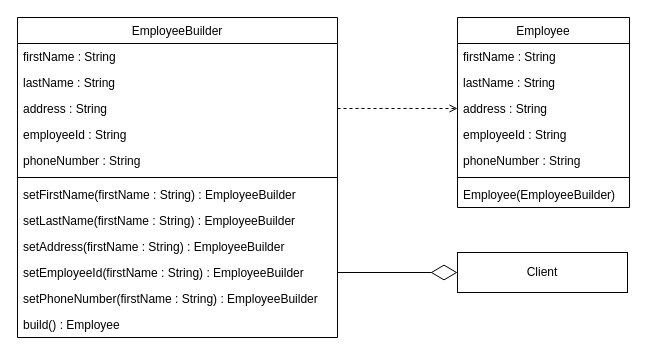
This is umls/Builder.drawio from rishabmamgai/LLD, a draw.io file, before an edit. Source tidied: cells renumbered, new cells numbered last; positions are measured from the earlier drawing's top-left corner, leaving out a move shared by most shapes. Both pictures are drawn from the tidied source at 100%, with x=0, y=0 at pixel (17, 17).
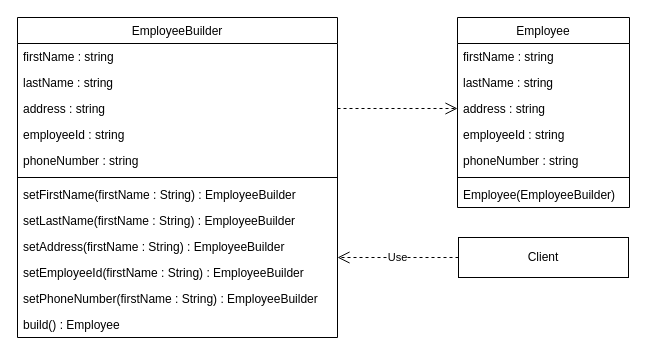
Above is the later version.

Unchanged cells that the change refers to:
```xml
<mxCell id="2" value="Employee" style="swimlane;fontStyle=0;align=center;verticalAlign=top;horizontal=1;startSize=26;rounded=0;shadow=0;strokeWidth=1;" parent="1" vertex="1">
  <mxGeometry x="440" width="172" height="190" as="geometry" />
</mxCell>
<mxCell id="10" value="EmployeeBuilder" style="swimlane;fontStyle=0;align=center;verticalAlign=top;horizontal=1;startSize=26;rounded=0;shadow=0;strokeWidth=1;" parent="1" vertex="1">
  <mxGeometry width="320" height="320" as="geometry" />
</mxCell>
<mxCell id="20" value="setEmployeeId(firstName : String) : EmployeeBuilder" style="text;align=left;verticalAlign=top;spacingLeft=4;spacingRight=4;overflow=hidden;points=[[0,0.5],[1,0.5]];portConstraint=eastwest;" parent="10" vertex="1">
  <mxGeometry y="242" width="320" height="26" as="geometry" />
</mxCell>
```

Change to the diagram source:
```diff
@@
-    <mxCell id="3" value="firstName : String" style="text;align=left;verticalAlign=top;spacingLeft=4;spacingRight=4;overflow=hidden;" parent="2" vertex="1">
+    <mxCell id="3" value="firstName : string" style="text;align=left;verticalAlign=top;spacingLeft=4;spacingRight=4;overflow=hidden;" parent="2" vertex="1">
       <mxGeometry y="26" width="172" height="26" as="geometry" />
     </mxCell>
-    <mxCell id="4" value="lastName : String" style="text;align=left;verticalAlign=top;spacingLeft=4;spacingRight=4;overflow=hidden;rounded=0;shadow=0;html=0;" parent="2" vertex="1">
+    <mxCell id="4" value="lastName : string" style="text;align=left;verticalAlign=top;spacingLeft=4;spacingRight=4;overflow=hidden;rounded=0;shadow=0;html=0;" parent="2" vertex="1">
       <mxGeometry y="52" width="172" height="26" as="geometry" />
     </mxCell>
-    <mxCell id="5" value="address : String" style="text;align=left;verticalAlign=top;spacingLeft=4;spacingRight=4;overflow=hidden;points=[[0,0.5],[1,0.5]];portConstraint=eastwest;rounded=0;shadow=0;html=0;" parent="2" vertex="1">
+    <mxCell id="5" value="address : string" style="text;align=left;verticalAlign=top;spacingLeft=4;spacingRight=4;overflow=hidden;points=[[0,0.5],[1,0.5]];portConstraint=eastwest;rounded=0;shadow=0;html=0;" parent="2" vertex="1">
       <mxGeometry y="78" width="172" height="26" as="geometry" />
     </mxCell>
-    <mxCell id="6" value="employeeId : String" style="text;align=left;verticalAlign=top;spacingLeft=4;spacingRight=4;overflow=hidden;rounded=0;shadow=0;html=0;" parent="2" vertex="1">
+    <mxCell id="6" value="employeeId : string" style="text;align=left;verticalAlign=top;spacingLeft=4;spacingRight=4;overflow=hidden;rounded=0;shadow=0;html=0;" parent="2" vertex="1">
       <mxGeometry y="104" width="172" height="26" as="geometry" />
     </mxCell>
-    <mxCell id="7" value="phoneNumber : String" style="text;align=left;verticalAlign=top;spacingLeft=4;spacingRight=4;overflow=hidden;rounded=0;shadow=0;html=0;" parent="2" vertex="1">
+    <mxCell id="7" value="phoneNumber : string" style="text;align=left;verticalAlign=top;spacingLeft=4;spacingRight=4;overflow=hidden;rounded=0;shadow=0;html=0;" parent="2" vertex="1">
       <mxGeometry y="130" width="172" height="26" as="geometry" />
     </mxCell>
@@
-    <mxCell id="11" value="firstName : String" style="text;align=left;verticalAlign=top;spacingLeft=4;spacingRight=4;overflow=hidden;" parent="10" vertex="1">
+    <mxCell id="11" value="firstName : string" style="text;align=left;verticalAlign=top;spacingLeft=4;spacingRight=4;overflow=hidden;" parent="10" vertex="1">
       <mxGeometry y="26" width="320" height="26" as="geometry" />
     </mxCell>
-    <mxCell id="12" value="lastName : String" style="text;align=left;verticalAlign=top;spacingLeft=4;spacingRight=4;overflow=hidden;rounded=0;shadow=0;html=0;" parent="10" vertex="1">
+    <mxCell id="12" value="lastName : string" style="text;align=left;verticalAlign=top;spacingLeft=4;spacingRight=4;overflow=hidden;rounded=0;shadow=0;html=0;" parent="10" vertex="1">
       <mxGeometry y="52" width="320" height="26" as="geometry" />
     </mxCell>
-    <mxCell id="13" value="address : String" style="text;align=left;verticalAlign=top;spacingLeft=4;spacingRight=4;overflow=hidden;points=[[0,0.5],[1,0.5]];portConstraint=eastwest;rounded=0;shadow=0;html=0;" parent="10" vertex="1">
+    <mxCell id="13" value="address : string" style="text;align=left;verticalAlign=top;spacingLeft=4;spacingRight=4;overflow=hidden;points=[[0,0.5],[1,0.5]];portConstraint=eastwest;rounded=0;shadow=0;html=0;" parent="10" vertex="1">
       <mxGeometry y="78" width="320" height="26" as="geometry" />
     </mxCell>
-    <mxCell id="14" value="employeeId : String" style="text;align=left;verticalAlign=top;spacingLeft=4;spacingRight=4;overflow=hidden;rounded=0;shadow=0;html=0;" parent="10" vertex="1">
+    <mxCell id="14" value="employeeId : string" style="text;align=left;verticalAlign=top;spacingLeft=4;spacingRight=4;overflow=hidden;rounded=0;shadow=0;html=0;" parent="10" vertex="1">
       <mxGeometry y="104" width="320" height="26" as="geometry" />
     </mxCell>
-    <mxCell id="15" value="phoneNumber : String" style="text;align=left;verticalAlign=top;spacingLeft=4;spacingRight=4;overflow=hidden;rounded=0;shadow=0;html=0;" parent="10" vertex="1">
+    <mxCell id="15" value="phoneNumber : string" style="text;align=left;verticalAlign=top;spacingLeft=4;spacingRight=4;overflow=hidden;rounded=0;shadow=0;html=0;" parent="10" vertex="1">
       <mxGeometry y="130" width="320" height="26" as="geometry" />
     </mxCell>
@@
     <mxCell id="23" value="Client" style="rounded=0;whiteSpace=wrap;html=1;fillColor=default;" parent="1" vertex="1">
-      <mxGeometry x="440" y="235" width="170" height="40" as="geometry" />
+      <mxGeometry x="441" y="220" width="170" height="40" as="geometry" />
     </mxCell>
-    <mxCell id="24" style="endArrow=diamondThin;endFill=0;endSize=24;html=1;rounded=0;entryX=0;entryY=0.5;entryDx=0;entryDy=0;exitX=1;exitY=0.5;exitDx=0;exitDy=0;" parent="1" edge="1" source="20" target="23">
-      <mxGeometry relative="1" as="geometry" />
-    </mxCell>
-    <mxCell id="25" style="endArrow=open;html=1;rounded=0;entryX=0;entryY=0.5;entryDx=0;entryDy=0;exitX=1;exitY=0.5;exitDx=0;exitDy=0;dashed=1;endFill=0;" parent="1" edge="1" source="13" target="5">
+    <mxCell id="25" style="endArrow=open;html=1;rounded=0;entryX=0;entryY=0.5;entryDx=0;entryDy=0;exitX=1;exitY=0.5;exitDx=0;exitDy=0;dashed=1;endFill=0;endSize=10;" parent="1" edge="1" source="13" target="5">
       <mxGeometry relative="1" as="geometry" />
     </mxCell>
+    <mxCell id="26" value="Use" style="endArrow=open;endSize=10;dashed=1;html=1;rounded=0;exitX=0;exitY=0.5;exitDx=0;exitDy=0;entryX=1;entryY=0.75;entryDx=0;entryDy=0;" parent="1" edge="1" source="23" target="10">
+      <mxGeometry relative="1" as="geometry" />
+    </mxCell>
```
